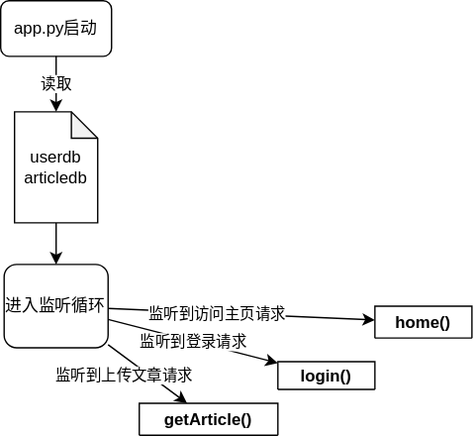
Earlier version of the draw.io export program_flow.drawio.svg (AndersonPineap/leaftech-website). Source tidied: cells renumbered, new cells last; positions are measured from the earlier drawing's top-left corner, leaving out a move shared by most shapes. Source of this version:
```xml
<mxGraphModel>
  <root>
    <mxCell id="0" />
    <mxCell id="1" parent="0" />
    <mxCell id="2" value="app.py启动" style="rounded=1;whiteSpace=wrap;html=1;" parent="1" vertex="1">
      <mxGeometry width="80" height="40" as="geometry" />
    </mxCell>
    <mxCell id="3" value="userdb&lt;br&gt;articledb" style="shape=note;whiteSpace=wrap;html=1;backgroundOutline=1;darkOpacity=0.05;size=19;" parent="1" vertex="1">
      <mxGeometry x="10" y="80" width="60" height="80" as="geometry" />
    </mxCell>
    <mxCell id="4" style="endArrow=classic;html=1;" parent="1" edge="1" source="2" target="3">
      <mxGeometry relative="1" as="geometry" />
    </mxCell>
    <mxCell id="5" value="读取" style="edgeLabel;html=1;align=center;verticalAlign=middle;" parent="4" vertex="1">
      <mxGeometry relative="1" as="geometry" />
    </mxCell>
    <mxCell id="6" style="endArrow=classic;html=1;" parent="1" edge="1" source="3" target="11">
      <mxGeometry relative="1" as="geometry" />
    </mxCell>
    <mxCell id="7" style="edgeStyle=none;html=1;" parent="1" edge="1" source="11" target="15">
      <mxGeometry relative="1" as="geometry" />
    </mxCell>
    <mxCell id="8" value="监听到访问主页请求" style="edgeLabel;html=1;align=center;verticalAlign=middle;" parent="7" vertex="1">
      <mxGeometry x="-0.19" y="-1" relative="1" as="geometry" />
    </mxCell>
    <mxCell id="9" style="edgeStyle=none;html=1;" parent="1" edge="1" source="11" target="16">
      <mxGeometry relative="1" as="geometry" />
    </mxCell>
    <mxCell id="10" value="监听到上传文章请求" style="edgeLabel;html=1;align=center;verticalAlign=middle;" parent="9" vertex="1">
      <mxGeometry x="-0.53" y="1" relative="1" as="geometry">
        <mxPoint x="-3" y="13" as="offset" />
      </mxGeometry>
    </mxCell>
    <mxCell id="11" value="进入监听循环" style="rounded=1;whiteSpace=wrap;html=1;" parent="1" vertex="1">
      <mxGeometry x="2.5" y="190" width="75" height="60" as="geometry" />
    </mxCell>
    <mxCell id="12" value="login()" style="swimlane;startSize=20;" parent="1" vertex="1" collapsed="1">
      <mxGeometry x="200" y="260" width="70" height="20" as="geometry" />
    </mxCell>
    <mxCell id="13" style="endArrow=classic;html=1;" parent="1" edge="1" source="11" target="12">
      <mxGeometry relative="1" as="geometry" />
    </mxCell>
    <mxCell id="14" value="监听到登录请求" style="edgeLabel;html=1;align=center;verticalAlign=middle;" parent="13" vertex="1">
      <mxGeometry relative="1" as="geometry" />
    </mxCell>
    <mxCell id="15" value="home()" style="swimlane;" parent="1" vertex="1" collapsed="1">
      <mxGeometry x="270" y="220" width="70" height="23" as="geometry" />
    </mxCell>
    <mxCell id="16" value="getArticle()" style="swimlane;" parent="1" vertex="1" collapsed="1">
      <mxGeometry x="100" y="290" width="100" height="23" as="geometry" />
    </mxCell>
  </root>
</mxGraphModel>
```
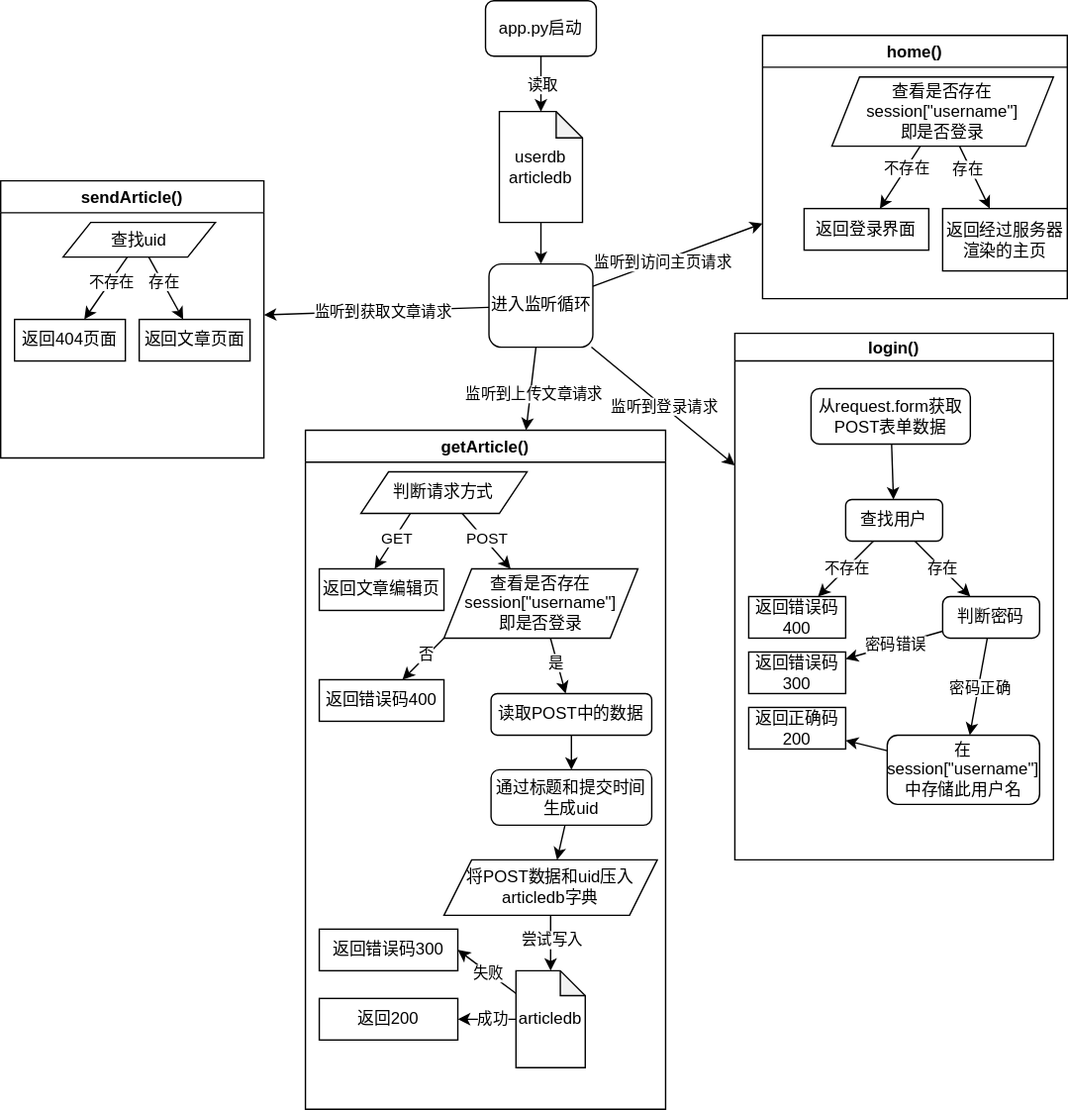
After the change.

What changed in the source:
```diff
@@ -28,26 +28,227 @@
     </mxCell>
     <mxCell id="10" value="监听到上传文章请求" style="edgeLabel;html=1;align=center;verticalAlign=middle;" parent="9" vertex="1">
       <mxGeometry x="-0.53" y="1" relative="1" as="geometry">
-        <mxPoint x="-3" y="13" as="offset" />
+        <mxPoint x="-1" y="19" as="offset" />
       </mxGeometry>
     </mxCell>
+    <mxCell id="17" style="edgeStyle=none;html=1;" parent="1" edge="1" source="11" target="69">
+      <mxGeometry relative="1" as="geometry" />
+    </mxCell>
+    <mxCell id="18" value="监听到获取文章请求" style="edgeLabel;html=1;align=center;verticalAlign=middle;" parent="17" vertex="1">
+      <mxGeometry x="-0.21" y="2" relative="1" as="geometry">
+        <mxPoint x="-13" y="-1" as="offset" />
+      </mxGeometry>
+    </mxCell>
     <mxCell id="11" value="进入监听循环" style="rounded=1;whiteSpace=wrap;html=1;" parent="1" vertex="1">
       <mxGeometry x="2.5" y="190" width="75" height="60" as="geometry" />
     </mxCell>
-    <mxCell id="12" value="login()" style="swimlane;startSize=20;" parent="1" vertex="1" collapsed="1">
-      <mxGeometry x="200" y="260" width="70" height="20" as="geometry" />
+    <mxCell id="12" value="login()" style="swimlane;startSize=20;" parent="1" vertex="1">
+      <mxGeometry x="180" y="240" width="230" height="380" as="geometry" />
     </mxCell>
+    <mxCell id="19" value="查找用户" style="rounded=1;whiteSpace=wrap;html=1;" parent="12" vertex="1">
+      <mxGeometry x="80" y="120" width="70" height="30" as="geometry" />
+    </mxCell>
+    <mxCell id="20" style="endArrow=classic;html=1;" parent="12" edge="1" source="19" target="26">
+      <mxGeometry relative="1" as="geometry" />
+    </mxCell>
+    <mxCell id="21" value="不存在" style="edgeLabel;html=1;align=center;verticalAlign=middle;" parent="20" vertex="1">
+      <mxGeometry relative="1" as="geometry" />
+    </mxCell>
+    <mxCell id="22" value="从request.form获取POST表单数据" style="rounded=1;whiteSpace=wrap;html=1;" parent="12" vertex="1">
+      <mxGeometry x="55" y="40" width="115" height="40" as="geometry" />
+    </mxCell>
+    <mxCell id="23" style="endArrow=classic;html=1;" parent="12" edge="1" source="19" target="27">
+      <mxGeometry relative="1" as="geometry" />
+    </mxCell>
+    <mxCell id="24" value="存在" style="edgeLabel;html=1;align=center;verticalAlign=middle;" parent="23" vertex="1">
+      <mxGeometry relative="1" as="geometry" />
+    </mxCell>
+    <mxCell id="25" style="endArrow=classic;html=1;" parent="12" edge="1" source="22" target="19">
+      <mxGeometry relative="1" as="geometry" />
+    </mxCell>
+    <mxCell id="26" value="返回错误码400" style="rounded=0;whiteSpace=wrap;html=1;" parent="12" vertex="1">
+      <mxGeometry x="10" y="190" width="70" height="30" as="geometry" />
+    </mxCell>
+    <mxCell id="27" value="判断密码" style="rounded=1;whiteSpace=wrap;html=1;arcSize=18;" parent="12" vertex="1">
+      <mxGeometry x="150" y="190" width="70" height="30" as="geometry" />
+    </mxCell>
+    <mxCell id="28" value="返回错误码300" style="rounded=0;whiteSpace=wrap;html=1;" parent="12" vertex="1">
+      <mxGeometry x="10" y="230" width="70" height="30" as="geometry" />
+    </mxCell>
+    <mxCell id="29" style="endArrow=classic;html=1;" parent="12" edge="1" source="27" target="28">
+      <mxGeometry relative="1" as="geometry" />
+    </mxCell>
+    <mxCell id="30" value="密码错误" style="edgeLabel;html=1;align=center;verticalAlign=middle;" parent="29" vertex="1">
+      <mxGeometry relative="1" as="geometry" />
+    </mxCell>
+    <mxCell id="31" value="返回正确码200" style="rounded=0;whiteSpace=wrap;html=1;" parent="12" vertex="1">
+      <mxGeometry x="10" y="270" width="70" height="30" as="geometry" />
+    </mxCell>
+    <mxCell id="32" style="edgeStyle=none;html=1;" parent="12" edge="1" source="33" target="31">
+      <mxGeometry relative="1" as="geometry" />
+    </mxCell>
+    <mxCell id="33" value="在session[&quot;username&quot;]中存储此用户名" style="rounded=1;whiteSpace=wrap;html=1;" parent="12" vertex="1">
+      <mxGeometry x="110" y="290" width="110" height="50" as="geometry" />
+    </mxCell>
+    <mxCell id="34" style="endArrow=classic;html=1;" parent="12" edge="1" source="27" target="33">
+      <mxGeometry relative="1" as="geometry" />
+    </mxCell>
+    <mxCell id="35" value="密码正确" style="edgeLabel;html=1;align=center;verticalAlign=middle;" parent="34" vertex="1">
+      <mxGeometry relative="1" as="geometry">
+        <mxPoint x="1" as="offset" />
+      </mxGeometry>
+    </mxCell>
     <mxCell id="13" style="endArrow=classic;html=1;" parent="1" edge="1" source="11" target="12">
       <mxGeometry relative="1" as="geometry" />
     </mxCell>
     <mxCell id="14" value="监听到登录请求" style="edgeLabel;html=1;align=center;verticalAlign=middle;" parent="13" vertex="1">
       <mxGeometry relative="1" as="geometry" />
     </mxCell>
-    <mxCell id="15" value="home()" style="swimlane;" parent="1" vertex="1" collapsed="1">
-      <mxGeometry x="270" y="220" width="70" height="23" as="geometry" />
+    <mxCell id="15" value="home()" style="swimlane;" parent="1" vertex="1">
+      <mxGeometry x="200" y="25" width="220" height="190" as="geometry" />
     </mxCell>
+    <mxCell id="36" value="查看是否存在session[&quot;username&quot;]&lt;br&gt;即是否登录" style="shape=parallelogram;perimeter=parallelogramPerimeter;whiteSpace=wrap;html=1;fixedSize=1;" parent="15" vertex="1">
+      <mxGeometry x="50" y="30" width="160" height="50" as="geometry" />
+    </mxCell>
+    <mxCell id="37" value="返回经过服务器渲染的主页" style="rounded=0;whiteSpace=wrap;html=1;" parent="15" vertex="1">
+      <mxGeometry x="130" y="125" width="90" height="45" as="geometry" />
+    </mxCell>
+    <mxCell id="38" style="edgeStyle=none;html=1;" parent="15" edge="1" source="36" target="37">
+      <mxGeometry relative="1" as="geometry" />
+    </mxCell>
+    <mxCell id="39" value="存在" style="edgeLabel;html=1;align=center;verticalAlign=middle;" parent="38" vertex="1">
+      <mxGeometry x="-0.33" y="-2" relative="1" as="geometry" />
+    </mxCell>
+    <mxCell id="40" value="返回登录界面" style="rounded=0;whiteSpace=wrap;html=1;" parent="15" vertex="1">
+      <mxGeometry x="30" y="125" width="90" height="30" as="geometry" />
+    </mxCell>
+    <mxCell id="41" style="edgeStyle=none;html=1;" parent="15" edge="1" source="36" target="40">
+      <mxGeometry relative="1" as="geometry" />
+    </mxCell>
+    <mxCell id="42" value="不存在" style="edgeLabel;html=1;align=center;verticalAlign=middle;" parent="41" vertex="1">
+      <mxGeometry x="-0.3" relative="1" as="geometry" />
+    </mxCell>
-    <mxCell id="16" value="getArticle()" style="swimlane;" parent="1" vertex="1" collapsed="1">
-      <mxGeometry x="100" y="290" width="100" height="23" as="geometry" />
+    <mxCell id="16" value="getArticle()" style="swimlane;" parent="1" vertex="1">
+      <mxGeometry x="-130" y="310" width="260" height="490" as="geometry" />
     </mxCell>
+    <mxCell id="43" style="edgeStyle=none;html=1;" parent="16" edge="1" source="45" target="53">
+      <mxGeometry relative="1" as="geometry" />
+    </mxCell>
+    <mxCell id="44" value="POST" style="edgeLabel;html=1;align=center;verticalAlign=middle;" parent="43" vertex="1">
+      <mxGeometry x="-0.35" relative="1" as="geometry">
+        <mxPoint x="6" y="5" as="offset" />
+      </mxGeometry>
+    </mxCell>
+    <mxCell id="45" value="判断请求方式" style="shape=parallelogram;perimeter=parallelogramPerimeter;whiteSpace=wrap;html=1;fixedSize=1;" parent="16" vertex="1">
+      <mxGeometry x="40" y="30" width="120" height="30" as="geometry" />
+    </mxCell>
+    <mxCell id="46" value="返回文章编辑页" style="rounded=0;whiteSpace=wrap;html=1;" parent="16" vertex="1">
+      <mxGeometry x="10" y="100" width="90" height="30" as="geometry" />
+    </mxCell>
+    <mxCell id="47" style="edgeStyle=none;html=1;" parent="16" edge="1">
+      <mxGeometry relative="1" as="geometry">
+        <mxPoint x="75.7" y="60" as="sourcePoint" />
+        <mxPoint x="50" y="100" as="targetPoint" />
+      </mxGeometry>
+    </mxCell>
+    <mxCell id="48" value="GET" style="edgeLabel;html=1;align=center;verticalAlign=middle;" parent="47" vertex="1">
+      <mxGeometry x="-0.51" y="1" relative="1" as="geometry">
+        <mxPoint x="-5" y="7" as="offset" />
+      </mxGeometry>
+    </mxCell>
+    <mxCell id="49" style="edgeStyle=none;html=1;exitX=0;exitY=1;exitDx=0;exitDy=0;" parent="16" edge="1" source="53" target="54">
+      <mxGeometry relative="1" as="geometry" />
+    </mxCell>
+    <mxCell id="50" value="否" style="edgeLabel;html=1;align=center;verticalAlign=middle;" parent="49" vertex="1">
+      <mxGeometry x="-0.47" y="1" relative="1" as="geometry">
+        <mxPoint x="-6" y="3" as="offset" />
+      </mxGeometry>
+    </mxCell>
+    <mxCell id="51" style="edgeStyle=none;html=1;" parent="16" edge="1" source="53" target="56">
+      <mxGeometry relative="1" as="geometry" />
+    </mxCell>
+    <mxCell id="52" value="是" style="edgeLabel;html=1;align=center;verticalAlign=middle;" parent="51" vertex="1">
+      <mxGeometry x="-0.39" relative="1" as="geometry">
+        <mxPoint y="5" as="offset" />
+      </mxGeometry>
+    </mxCell>
+    <mxCell id="53" value="&lt;span&gt;查看是否存在session[&quot;username&quot;]&lt;/span&gt;&lt;br&gt;&lt;span&gt;即是否登录&lt;/span&gt;" style="shape=parallelogram;perimeter=parallelogramPerimeter;whiteSpace=wrap;html=1;fixedSize=1;" parent="16" vertex="1">
+      <mxGeometry x="100" y="100" width="140" height="50" as="geometry" />
+    </mxCell>
+    <mxCell id="54" value="返回错误码400" style="rounded=0;whiteSpace=wrap;html=1;" parent="16" vertex="1">
+      <mxGeometry x="10" y="180" width="90" height="30" as="geometry" />
+    </mxCell>
+    <mxCell id="55" style="edgeStyle=none;html=1;" parent="16" edge="1" source="56" target="58">
+      <mxGeometry relative="1" as="geometry" />
+    </mxCell>
+    <mxCell id="56" value="&lt;span&gt;读取POST中的数据&lt;/span&gt;" style="rounded=1;whiteSpace=wrap;html=1;" parent="16" vertex="1">
+      <mxGeometry x="134" y="190" width="116" height="30" as="geometry" />
+    </mxCell>
+    <mxCell id="57" style="edgeStyle=none;html=1;" parent="16" edge="1" source="58" target="61">
+      <mxGeometry relative="1" as="geometry" />
+    </mxCell>
+    <mxCell id="58" value="通过标题和提交时间生成uid" style="rounded=1;whiteSpace=wrap;html=1;" parent="16" vertex="1">
+      <mxGeometry x="134" y="245" width="116" height="40" as="geometry" />
+    </mxCell>
+    <mxCell id="59" style="edgeStyle=none;html=1;" parent="16" edge="1" source="61" target="66">
+      <mxGeometry relative="1" as="geometry" />
+    </mxCell>
+    <mxCell id="60" value="尝试写入" style="edgeLabel;html=1;align=center;verticalAlign=middle;" parent="59" vertex="1">
+      <mxGeometry x="-0.44" relative="1" as="geometry">
+        <mxPoint y="6" as="offset" />
+      </mxGeometry>
+    </mxCell>
+    <mxCell id="61" value="将POST数据和uid压入articledb字典" style="shape=parallelogram;perimeter=parallelogramPerimeter;whiteSpace=wrap;html=1;fixedSize=1;" parent="16" vertex="1">
+      <mxGeometry x="100" y="310" width="154" height="40" as="geometry" />
+    </mxCell>
+    <mxCell id="62" style="edgeStyle=none;html=1;entryX=1;entryY=0.5;entryDx=0;entryDy=0;" parent="16" edge="1" source="66" target="67">
+      <mxGeometry relative="1" as="geometry" />
+    </mxCell>
+    <mxCell id="63" value="失败" style="edgeLabel;html=1;align=center;verticalAlign=middle;" parent="62" vertex="1">
+      <mxGeometry x="-0.32" y="1" relative="1" as="geometry">
+        <mxPoint x="-5" y="-5" as="offset" />
+      </mxGeometry>
+    </mxCell>
+    <mxCell id="64" style="edgeStyle=none;html=1;" parent="16" edge="1" source="66" target="68">
+      <mxGeometry relative="1" as="geometry" />
+    </mxCell>
+    <mxCell id="65" value="成功" style="edgeLabel;html=1;align=center;verticalAlign=middle;" parent="64" vertex="1">
+      <mxGeometry x="0.17" y="-1" relative="1" as="geometry">
+        <mxPoint x="7" as="offset" />
+      </mxGeometry>
+    </mxCell>
+    <mxCell id="66" value="articledb" style="shape=note;whiteSpace=wrap;html=1;backgroundOutline=1;darkOpacity=0.05;size=18;" parent="16" vertex="1">
+      <mxGeometry x="152" y="390" width="50" height="70" as="geometry" />
+    </mxCell>
+    <mxCell id="67" value="返回错误码300" style="rounded=0;whiteSpace=wrap;html=1;" parent="16" vertex="1">
+      <mxGeometry x="10" y="360" width="100" height="30" as="geometry" />
+    </mxCell>
+    <mxCell id="68" value="返回200" style="rounded=0;whiteSpace=wrap;html=1;" parent="16" vertex="1">
+      <mxGeometry x="10" y="410" width="100" height="30" as="geometry" />
+    </mxCell>
+    <mxCell id="69" value="sendArticle()" style="swimlane;" parent="1" vertex="1">
+      <mxGeometry x="-350" y="130" width="190" height="200" as="geometry" />
+    </mxCell>
+    <mxCell id="70" style="edgeStyle=none;html=1;" parent="69" edge="1" source="74" target="75">
+      <mxGeometry relative="1" as="geometry" />
+    </mxCell>
+    <mxCell id="71" value="不存在" style="edgeLabel;html=1;align=center;verticalAlign=middle;" parent="70" vertex="1">
+      <mxGeometry x="-0.25" relative="1" as="geometry" />
+    </mxCell>
+    <mxCell id="72" style="edgeStyle=none;html=1;" parent="69" edge="1" source="74" target="76">
+      <mxGeometry relative="1" as="geometry" />
+    </mxCell>
+    <mxCell id="73" value="存在" style="edgeLabel;html=1;align=center;verticalAlign=middle;" parent="72" vertex="1">
+      <mxGeometry x="-0.2" y="1" relative="1" as="geometry" />
+    </mxCell>
+    <mxCell id="74" value="查找uid" style="shape=parallelogram;perimeter=parallelogramPerimeter;whiteSpace=wrap;html=1;fixedSize=1;" parent="69" vertex="1">
+      <mxGeometry x="45" y="30" width="110" height="25" as="geometry" />
+    </mxCell>
+    <mxCell id="75" value="返回404页面" style="rounded=0;whiteSpace=wrap;html=1;" parent="69" vertex="1">
+      <mxGeometry x="10" y="100" width="80" height="30" as="geometry" />
+    </mxCell>
+    <mxCell id="76" value="返回文章页面" style="rounded=0;whiteSpace=wrap;html=1;" parent="69" vertex="1">
+      <mxGeometry x="100" y="100" width="80" height="30" as="geometry" />
+    </mxCell>
   </root>
 </mxGraphModel>
```
